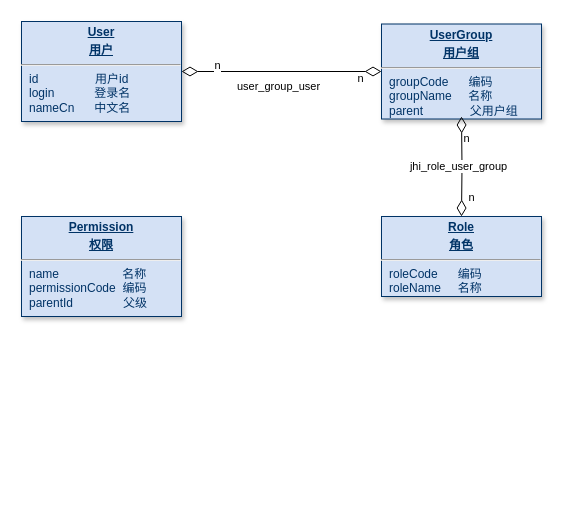
The draw.io diagram page "用户" (2 of 2) of 美one-属性项值.drawio in rockywade/draw, before the edit. Source tidied: cells renumbered, new cells numbered last; positions are measured from the earlier drawing's top-left corner, leaving out a move shared by most shapes. Both pictures are drawn from the tidied source at 100%, with x=0, y=0 at pixel (21, 21).
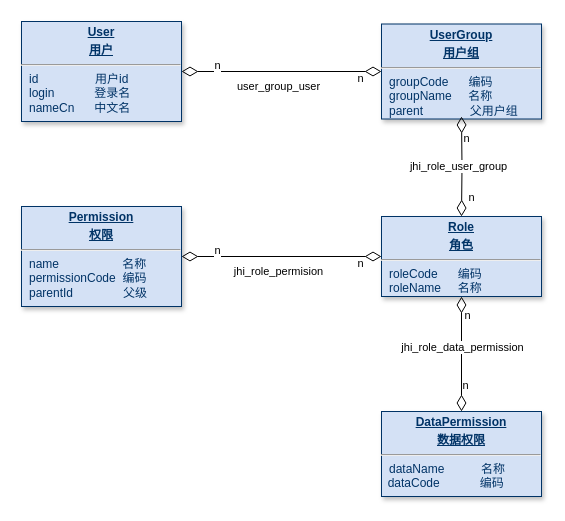
Above is the later version.

Commit message (it also covers changes not shown here):
更新美one-属性项值.drawio

Unchanged cells that the change refers to:
```xml
<mxCell id="8" value="&lt;p style=&quot;margin: 4px 0px 0px; text-align: center;&quot;&gt;&lt;b&gt;&lt;u&gt;Role&lt;/u&gt;&lt;/b&gt;&lt;/p&gt;&lt;p style=&quot;margin: 4px 0px 0px; text-align: center;&quot;&gt;&lt;b&gt;&lt;u&gt;角色&lt;/u&gt;&lt;/b&gt;&lt;/p&gt;&lt;hr&gt;&lt;p style=&quot;margin: 0px; margin-left: 8px;&quot;&gt;roleCode&amp;nbsp; &amp;nbsp; &amp;nbsp; 编码&lt;/p&gt;&lt;p style=&quot;margin: 0px; margin-left: 8px;&quot;&gt;roleName&amp;nbsp; &amp;nbsp; &amp;nbsp;名称&lt;/p&gt;" style="verticalAlign=top;align=left;overflow=fill;fontSize=12;fontFamily=Helvetica;html=1;strokeColor=#003366;shadow=1;fillColor=#D4E1F5;fontColor=#003366;" parent="1" vertex="1">
  <mxGeometry x="360" y="195" width="160" height="80" as="geometry" />
</mxCell>
```

The edit, as a diff of the source:
```diff
@@
     <mxCell id="13" value="&lt;p style=&quot;margin: 4px 0px 0px; text-align: center;&quot;&gt;&lt;b&gt;&lt;u&gt;Permission&lt;/u&gt;&lt;/b&gt;&lt;br&gt;&lt;/p&gt;&lt;p style=&quot;margin: 4px 0px 0px; text-align: center;&quot;&gt;&lt;b&gt;&lt;u&gt;权限&lt;/u&gt;&lt;/b&gt;&lt;/p&gt;&lt;hr&gt;&lt;p style=&quot;margin: 0px; margin-left: 8px;&quot;&gt;&lt;span style=&quot;background-color: initial;&quot;&gt;name&amp;nbsp; &amp;nbsp; &amp;nbsp; &amp;nbsp; &amp;nbsp; &amp;nbsp; &amp;nbsp; &amp;nbsp; &amp;nbsp; &amp;nbsp;名称&lt;/span&gt;&lt;br&gt;&lt;/p&gt;&lt;p style=&quot;margin: 0px; margin-left: 8px;&quot;&gt;&lt;span style=&quot;background-color: initial;&quot;&gt;permissionCode&amp;nbsp; 编码&lt;br&gt;&lt;/span&gt;&lt;/p&gt;&lt;p style=&quot;margin: 0px; margin-left: 8px;&quot;&gt;&lt;span style=&quot;background-color: initial;&quot;&gt;parentId&amp;nbsp; &amp;nbsp; &amp;nbsp; &amp;nbsp; &amp;nbsp; &amp;nbsp; &amp;nbsp; &amp;nbsp;父级&lt;br&gt;&lt;/span&gt;&lt;/p&gt;" style="verticalAlign=top;align=left;overflow=fill;fontSize=12;fontFamily=Helvetica;html=1;strokeColor=#003366;shadow=1;fillColor=#D4E1F5;fontColor=#003366;" parent="1" vertex="1">
-      <mxGeometry y="195" width="160" height="100" as="geometry" />
+      <mxGeometry y="185" width="160" height="100" as="geometry" />
     </mxCell>
+    <mxCell id="14" style="edgeStyle=orthogonalEdgeStyle;rounded=0;jettySize=auto;html=1;entryX=0;entryY=0.5;entryDx=0;entryDy=0;startArrow=diamondThin;startFill=0;endArrow=diamondThin;endFill=0;jumpSize=6;targetPerimeterSpacing=0;sourcePerimeterSpacing=0;startSize=14;endSize=14;exitX=1;exitY=0.5;exitDx=0;exitDy=0;" parent="1" edge="1" source="13" target="8">
+      <mxGeometry relative="1" as="geometry" />
+    </mxCell>
+    <mxCell id="15" value="n" style="edgeLabel;html=1;align=center;verticalAlign=middle;" parent="14" vertex="1">
+      <mxGeometry x="0.75" y="-2" relative="1" as="geometry">
+        <mxPoint x="3" y="4" as="offset" />
+      </mxGeometry>
+    </mxCell>
+    <mxCell id="16" value="n" style="edgeLabel;html=1;align=center;verticalAlign=middle;" parent="14" vertex="1">
+      <mxGeometry x="-0.67" y="-1" relative="1" as="geometry">
+        <mxPoint x="2" y="-8" as="offset" />
+      </mxGeometry>
+    </mxCell>
+    <mxCell id="17" value="jhi_role_permision" style="edgeLabel;html=1;align=center;verticalAlign=middle;" parent="14" vertex="1">
+      <mxGeometry x="0.33" y="-3" relative="1" as="geometry">
+        <mxPoint x="-37" y="11" as="offset" />
+      </mxGeometry>
+    </mxCell>
+    <mxCell id="18" value="&lt;p style=&quot;margin: 4px 0px 0px; text-align: center;&quot;&gt;&lt;b&gt;&lt;u&gt;DataPermission&lt;/u&gt;&lt;/b&gt;&lt;br&gt;&lt;/p&gt;&lt;p style=&quot;margin: 4px 0px 0px; text-align: center;&quot;&gt;&lt;b&gt;&lt;u&gt;数据权限&lt;/u&gt;&lt;/b&gt;&lt;/p&gt;&lt;hr&gt;&lt;p style=&quot;margin: 0px; margin-left: 8px;&quot;&gt;&lt;span style=&quot;background-color: initial;&quot;&gt;dataName&amp;nbsp; &amp;nbsp; &amp;nbsp; &amp;nbsp; &amp;nbsp; &amp;nbsp;名称&lt;/span&gt;&lt;br&gt;&lt;/p&gt;&amp;nbsp; dataCode&amp;nbsp; &amp;nbsp; &amp;nbsp; &amp;nbsp; &amp;nbsp; &amp;nbsp; &lt;span style=&quot;background-color: initial;&quot;&gt;编码&lt;br&gt;&lt;/span&gt;" style="verticalAlign=top;align=left;overflow=fill;fontSize=12;fontFamily=Helvetica;html=1;strokeColor=#003366;shadow=1;fillColor=#D4E1F5;fontColor=#003366;" parent="1" vertex="1">
+      <mxGeometry x="360" y="390" width="160" height="85" as="geometry" />
+    </mxCell>
+    <mxCell id="19" style="edgeStyle=orthogonalEdgeStyle;rounded=0;jettySize=auto;html=1;entryX=0.5;entryY=1;entryDx=0;entryDy=0;startArrow=diamondThin;startFill=0;endArrow=diamondThin;endFill=0;jumpSize=6;targetPerimeterSpacing=0;sourcePerimeterSpacing=0;startSize=14;endSize=14;exitX=0.5;exitY=0;exitDx=0;exitDy=0;" parent="1" edge="1" source="18" target="8">
+      <mxGeometry relative="1" as="geometry" />
+    </mxCell>
+    <mxCell id="20" value="n" style="edgeLabel;html=1;align=center;verticalAlign=middle;" parent="19" vertex="1">
+      <mxGeometry x="0.75" y="-2" relative="1" as="geometry">
+        <mxPoint x="3" y="4" as="offset" />
+      </mxGeometry>
+    </mxCell>
+    <mxCell id="21" value="n" style="edgeLabel;html=1;align=center;verticalAlign=middle;" parent="19" vertex="1">
+      <mxGeometry x="-0.67" y="-1" relative="1" as="geometry">
+        <mxPoint x="2" y="-8" as="offset" />
+      </mxGeometry>
+    </mxCell>
+    <mxCell id="22" value="jhi_role_data_permission" style="edgeLabel;html=1;align=center;verticalAlign=middle;" parent="19" vertex="1">
+      <mxGeometry x="0.33" y="-3" relative="1" as="geometry">
+        <mxPoint x="-3" y="11" as="offset" />
+      </mxGeometry>
+    </mxCell>
```
